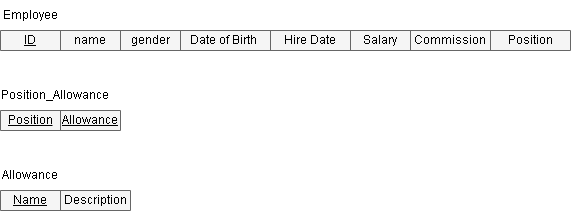
Before: Phase 1/Relational Schema.drawio.png, a diagram exported from draw.io (AhmedElkhashn/DB-project). Source tidied: cells renumbered, new cells last; positions are measured from the earlier drawing's top-left corner, leaving out a move shared by most shapes.
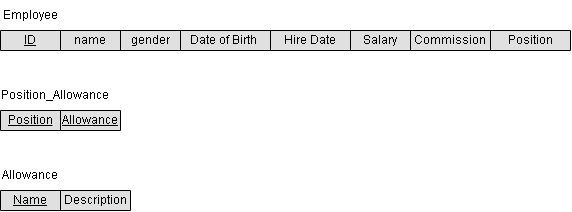
After the commit.

The edit, as a diff of the source:
```diff
@@ -2,7 +2,7 @@
   <root>
     <mxCell id="0" />
     <mxCell id="1" parent="0" />
-    <mxCell id="2" style="shape=table;startSize=0;fontSize=16;fillColor=#f5f5f5;fontColor=#333333;strokeColor=#666666;" parent="1" vertex="1">
+    <mxCell id="2" style="shape=table;startSize=0;fontSize=16;fillColor=#E0E0E0;fontColor=#333333;strokeColor=#000000;" parent="1" vertex="1">
       <mxGeometry y="30" width="570" height="20" as="geometry" />
     </mxCell>
     <mxCell id="3" style="shape=tableRow;horizontal=0;startSize=0;swimlaneHead=0;swimlaneBody=0;strokeColor=inherit;top=0;left=0;bottom=0;right=0;fillColor=none;fontSize=16;" parent="2" vertex="1">
@@ -35,7 +35,7 @@
     <mxCell id="12" value="Employee" style="text;html=1;strokeColor=none;fillColor=none;align=center;verticalAlign=middle;whiteSpace=wrap;rounded=0;" parent="1" vertex="1">
       <mxGeometry width="60" height="30" as="geometry" />
     </mxCell>
-    <mxCell id="13" style="shape=table;startSize=0;fontSize=16;fillColor=#f5f5f5;fontColor=#333333;strokeColor=#666666;" parent="1" vertex="1">
+    <mxCell id="13" style="shape=table;startSize=0;fontSize=16;fillColor=#e0e0e0;fontColor=#333333;strokeColor=#000000;" parent="1" vertex="1">
       <mxGeometry y="110" width="120" height="20" as="geometry" />
     </mxCell>
     <mxCell id="14" style="shape=tableRow;horizontal=0;startSize=0;swimlaneHead=0;swimlaneBody=0;strokeColor=inherit;top=0;left=0;bottom=0;right=0;fillColor=none;fontSize=16;" parent="13" vertex="1">
@@ -50,7 +50,7 @@
     <mxCell id="17" value="Position_Allowance" style="text;html=1;strokeColor=none;fillColor=none;align=center;verticalAlign=middle;whiteSpace=wrap;rounded=0;" parent="1" vertex="1">
       <mxGeometry y="80" width="110" height="30" as="geometry" />
     </mxCell>
-    <mxCell id="18" style="shape=table;startSize=0;fontSize=16;fillColor=#f5f5f5;fontColor=#333333;strokeColor=#666666;" parent="1" vertex="1">
+    <mxCell id="18" style="shape=table;startSize=0;fontSize=16;fillColor=#e0e0e0;fontColor=#333333;strokeColor=#000000;" parent="1" vertex="1">
       <mxGeometry y="190" width="130" height="20" as="geometry" />
     </mxCell>
     <mxCell id="19" style="shape=tableRow;horizontal=0;startSize=0;swimlaneHead=0;swimlaneBody=0;strokeColor=inherit;top=0;left=0;bottom=0;right=0;fillColor=none;fontSize=16;" parent="18" vertex="1">
```
